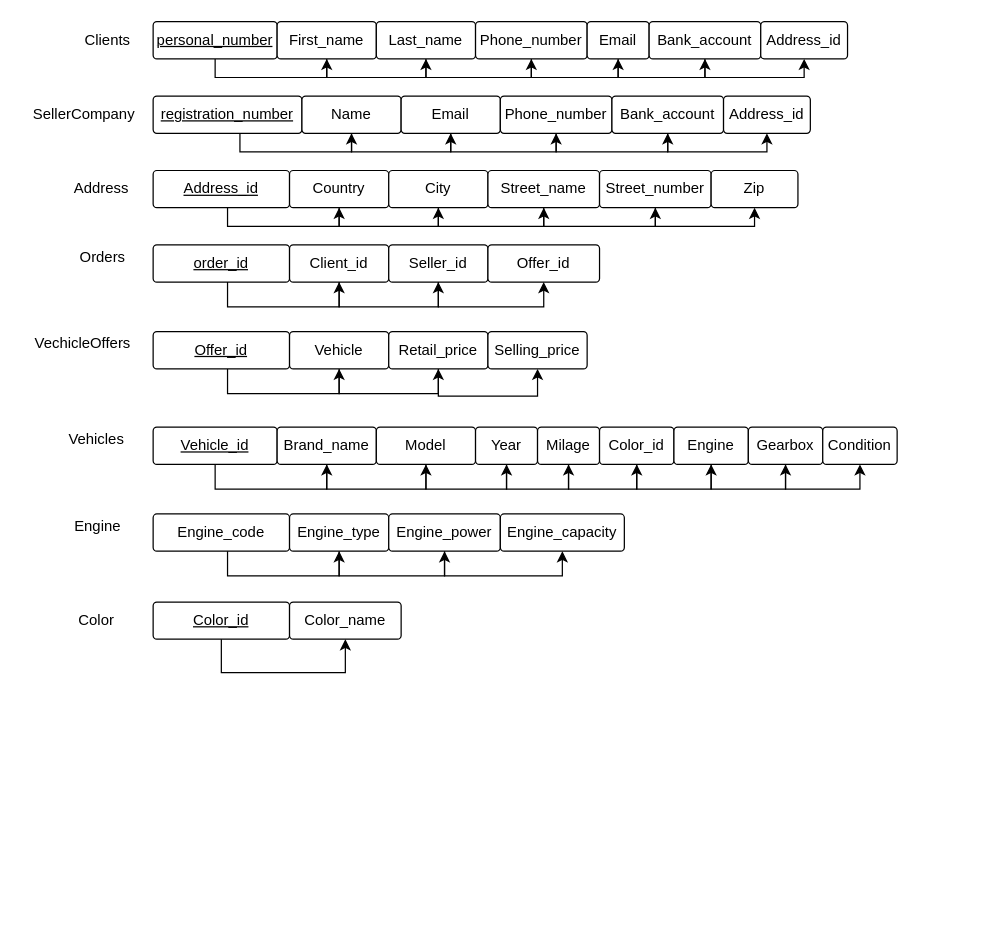
Before: page "Page-2" (2 of 2) of Car Marketplace.drawio in kstekels/Car-Marketplace, a draw.io diagram. Source tidied: cells renumbered, new cells numbered last; positions are measured from the earlier drawing's top-left corner, leaving out a move shared by most shapes. Both pictures are drawn from the tidied source at 124%, with x=0, y=0 at pixel (21, 21).
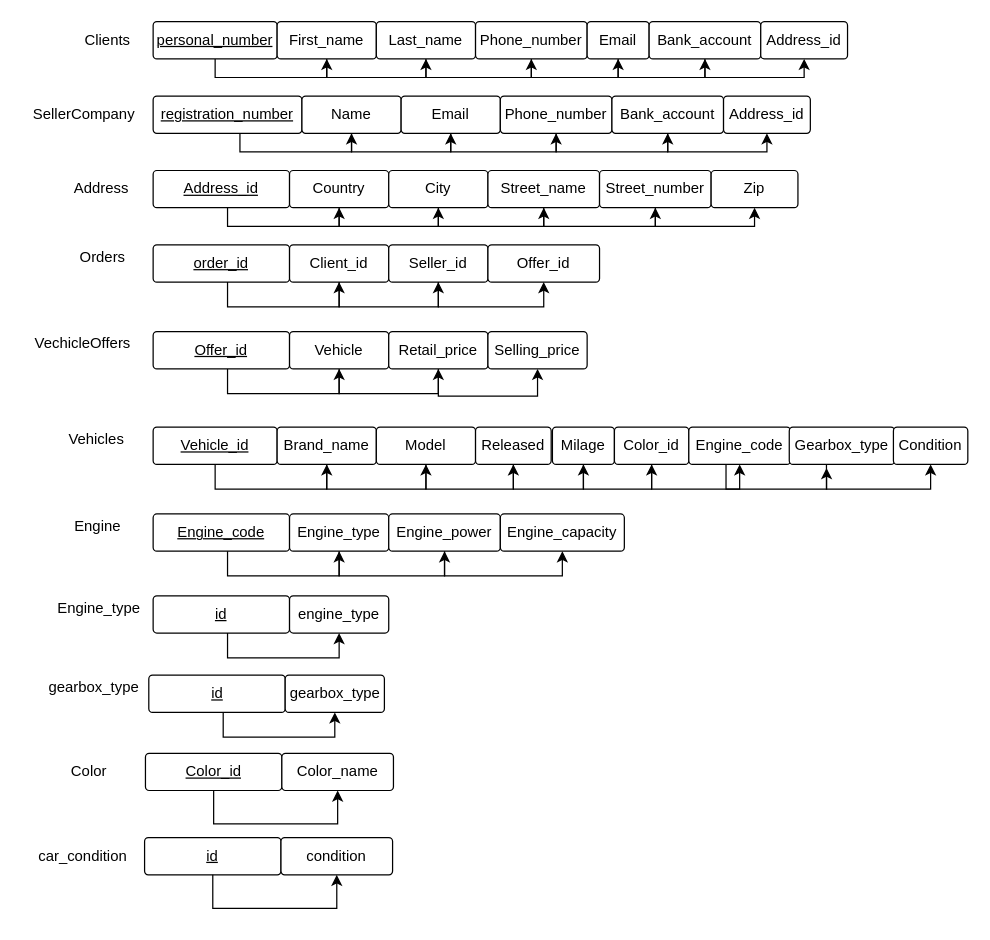
After the change.

Change to the diagram source:
```diff
@@
-    <mxCell id="58" value="Year" style="rounded=1;arcSize=10;whiteSpace=wrap;html=1;align=center;" parent="1" vertex="1">
-      <mxGeometry x="366" y="327" width="50" height="30" as="geometry" />
+    <mxCell id="58" value="Released" style="rounded=1;arcSize=10;whiteSpace=wrap;html=1;align=center;" parent="1" vertex="1">
+      <mxGeometry x="366" y="327" width="61" height="30" as="geometry" />
     </mxCell>
     <mxCell id="59" value="Milage" style="rounded=1;arcSize=10;whiteSpace=wrap;html=1;align=center;" parent="1" vertex="1">
-      <mxGeometry x="416" y="327" width="50" height="30" as="geometry" />
+      <mxGeometry x="428" y="327" width="50" height="30" as="geometry" />
     </mxCell>
     <mxCell id="60" value="Color_id" style="rounded=1;arcSize=10;whiteSpace=wrap;html=1;align=center;" parent="1" vertex="1">
-      <mxGeometry x="466" y="327" width="60" height="30" as="geometry" />
+      <mxGeometry x="478" y="327" width="60" height="30" as="geometry" />
     </mxCell>
-    <mxCell id="61" value="Engine" style="rounded=1;arcSize=10;whiteSpace=wrap;html=1;align=center;" parent="1" vertex="1">
-      <mxGeometry x="526" y="327" width="60" height="30" as="geometry" />
+    <mxCell id="61" value="Engine_code" style="rounded=1;arcSize=10;whiteSpace=wrap;html=1;align=center;" parent="1" vertex="1">
+      <mxGeometry x="538" y="327" width="82" height="30" as="geometry" />
     </mxCell>
@@
     <mxCell id="66" style="endArrow=classic;html=1;rounded=0;edgeStyle=elbowEdgeStyle;elbow=vertical;entryX=0.5;entryY=1;entryDx=0;entryDy=0;exitX=0.5;exitY=1;exitDx=0;exitDy=0;" parent="1" edge="1" source="59" target="60">
       <mxGeometry relative="1" as="geometry">
         <Array as="points">
-          <mxPoint x="476" y="377" />
+          <mxPoint x="488" y="377" />
         </Array>
       </mxGeometry>
     </mxCell>
     <mxCell id="67" style="endArrow=classic;html=1;rounded=0;edgeStyle=elbowEdgeStyle;elbow=vertical;exitX=0.5;exitY=1;exitDx=0;exitDy=0;entryX=0.5;entryY=1;entryDx=0;entryDy=0;" parent="1" edge="1" source="60" target="61">
       <mxGeometry relative="1" as="geometry">
         <Array as="points">
-          <mxPoint x="526" y="377" />
+          <mxPoint x="538" y="377" />
         </Array>
       </mxGeometry>
     </mxCell>
-    <mxCell id="68" value="Gearbox" style="rounded=1;arcSize=10;whiteSpace=wrap;html=1;align=center;" parent="1" vertex="1">
-      <mxGeometry x="586" y="327" width="60" height="30" as="geometry" />
+    <mxCell id="68" value="Gearbox_type" style="rounded=1;arcSize=10;whiteSpace=wrap;html=1;align=center;" parent="1" vertex="1">
+      <mxGeometry x="619" y="327" width="85" height="30" as="geometry" />
     </mxCell>
     <mxCell id="69" value="Condition" style="rounded=1;arcSize=10;whiteSpace=wrap;html=1;align=center;" parent="1" vertex="1">
-      <mxGeometry x="646" y="327" width="60" height="30" as="geometry" />
+      <mxGeometry x="703" y="327" width="60" height="30" as="geometry" />
     </mxCell>
-    <mxCell id="70" style="endArrow=classic;html=1;rounded=0;edgeStyle=elbowEdgeStyle;elbow=vertical;exitX=0.5;exitY=1;exitDx=0;exitDy=0;entryX=0.5;entryY=1;entryDx=0;entryDy=0;" parent="1" edge="1">
+    <mxCell id="70" style="endArrow=classic;html=1;rounded=0;edgeStyle=elbowEdgeStyle;elbow=vertical;exitX=0.5;exitY=1;exitDx=0;exitDy=0;entryX=0.354;entryY=1.1;entryDx=0;entryDy=0;entryPerimeter=0;" parent="1" edge="1" target="68">
       <mxGeometry relative="1" as="geometry">
-        <mxPoint x="556" y="357" as="sourcePoint" />
-        <mxPoint x="616" y="357" as="targetPoint" />
+        <mxPoint x="568" y="357" as="sourcePoint" />
         <Array as="points">
-          <mxPoint x="586" y="377" />
+          <mxPoint x="598" y="377" />
         </Array>
       </mxGeometry>
     </mxCell>
-    <mxCell id="71" style="endArrow=classic;html=1;rounded=0;edgeStyle=elbowEdgeStyle;elbow=vertical;exitX=0.5;exitY=1;exitDx=0;exitDy=0;entryX=0.5;entryY=1;entryDx=0;entryDy=0;" parent="1" edge="1">
+    <mxCell id="71" style="endArrow=classic;html=1;rounded=0;edgeStyle=elbowEdgeStyle;elbow=vertical;exitX=0.5;exitY=1;exitDx=0;exitDy=0;entryX=0.5;entryY=1;entryDx=0;entryDy=0;" parent="1" edge="1" target="69">
       <mxGeometry relative="1" as="geometry">
-        <mxPoint x="616" y="357" as="sourcePoint" />
-        <mxPoint x="676" y="357" as="targetPoint" />
+        <mxPoint x="649" y="357" as="sourcePoint" />
         <Array as="points">
-          <mxPoint x="646" y="377" />
+          <mxPoint x="679" y="377" />
         </Array>
       </mxGeometry>
     </mxCell>
-    <mxCell id="72" value="Engine_code" style="rounded=1;arcSize=10;whiteSpace=wrap;html=1;align=center;" parent="1" vertex="1">
+    <mxCell id="72" value="&lt;u&gt;Engine_code&lt;/u&gt;" style="rounded=1;arcSize=10;whiteSpace=wrap;html=1;align=center;" parent="1" vertex="1">
       <mxGeometry x="106" y="397" width="110" height="30" as="geometry" />
     </mxCell>
@@
     <mxCell id="80" value="&lt;u&gt;Color_id&lt;/u&gt;" style="rounded=1;arcSize=10;whiteSpace=wrap;html=1;align=center;" parent="1" vertex="1">
-      <mxGeometry x="106" y="468" width="110" height="30" as="geometry" />
+      <mxGeometry x="99.8" y="590" width="110" height="30" as="geometry" />
     </mxCell>
     <mxCell id="81" value="Color" style="text;html=1;align=center;verticalAlign=middle;strokeColor=none;fillColor=none;" parent="1" vertex="1">
-      <mxGeometry x="39.8" y="473" width="40" height="20" as="geometry" />
+      <mxGeometry x="33.5" y="595" width="40" height="20" as="geometry" />
     </mxCell>
     <mxCell id="82" value="Color_name" style="rounded=1;arcSize=10;whiteSpace=wrap;html=1;align=center;" parent="1" vertex="1">
-      <mxGeometry x="216" y="468" width="90" height="30" as="geometry" />
+      <mxGeometry x="209.8" y="590" width="90" height="30" as="geometry" />
     </mxCell>
     <mxCell id="83" style="endArrow=classic;html=1;rounded=0;edgeStyle=elbowEdgeStyle;elbow=vertical;entryX=0.5;entryY=1;entryDx=0;entryDy=0;exitX=0.5;exitY=1;exitDx=0;exitDy=0;" parent="1" edge="1" source="80" target="82">
       <mxGeometry relative="1" as="geometry">
         <Array as="points">
-          <mxPoint x="214" y="525" />
+          <mxPoint x="207.8" y="647" />
         </Array>
       </mxGeometry>
     </mxCell>
@@
+    <mxCell id="86" value="&lt;u&gt;id&lt;/u&gt;" style="rounded=1;arcSize=10;whiteSpace=wrap;html=1;align=center;" parent="1" vertex="1">
+      <mxGeometry x="106" y="463" width="110" height="30" as="geometry" />
+    </mxCell>
+    <mxCell id="87" value="Engine_type" style="text;html=1;align=center;verticalAlign=middle;strokeColor=none;fillColor=none;" parent="1" vertex="1">
+      <mxGeometry x="23" y="464" width="77" height="18" as="geometry" />
+    </mxCell>
+    <mxCell id="88" value="engine_type" style="rounded=1;arcSize=10;whiteSpace=wrap;html=1;align=center;" parent="1" vertex="1">
+      <mxGeometry x="216" y="463" width="80" height="30" as="geometry" />
+    </mxCell>
+    <mxCell id="89" style="endArrow=classic;html=1;rounded=0;edgeStyle=elbowEdgeStyle;elbow=vertical;entryX=0.5;entryY=1;entryDx=0;entryDy=0;exitX=0.5;exitY=1;exitDx=0;exitDy=0;" parent="1" edge="1" target="88">
+      <mxGeometry relative="1" as="geometry">
+        <mxPoint x="166" y="493" as="sourcePoint" />
+        <Array as="points">
+          <mxPoint x="216" y="513" />
+        </Array>
+      </mxGeometry>
+    </mxCell>
+    <mxCell id="90" value="&lt;u&gt;id&lt;/u&gt;" style="rounded=1;arcSize=10;whiteSpace=wrap;html=1;align=center;" parent="1" vertex="1">
+      <mxGeometry x="102.5" y="527" width="110" height="30" as="geometry" />
+    </mxCell>
+    <mxCell id="91" value="gearbox_type" style="text;html=1;align=center;verticalAlign=middle;strokeColor=none;fillColor=none;" parent="1" vertex="1">
+      <mxGeometry x="16.5" y="528" width="83" height="18" as="geometry" />
+    </mxCell>
+    <mxCell id="92" value="gearbox_type" style="rounded=1;arcSize=10;whiteSpace=wrap;html=1;align=center;" parent="1" vertex="1">
+      <mxGeometry x="212.5" y="527" width="80" height="30" as="geometry" />
+    </mxCell>
+    <mxCell id="93" style="endArrow=classic;html=1;rounded=0;edgeStyle=elbowEdgeStyle;elbow=vertical;entryX=0.5;entryY=1;entryDx=0;entryDy=0;exitX=0.5;exitY=1;exitDx=0;exitDy=0;" parent="1" edge="1" target="92">
+      <mxGeometry relative="1" as="geometry">
+        <mxPoint x="162.5" y="557" as="sourcePoint" />
+        <Array as="points">
+          <mxPoint x="212.5" y="577" />
+        </Array>
+      </mxGeometry>
+    </mxCell>
+    <mxCell id="94" value="&lt;u&gt;id&lt;/u&gt;" style="rounded=1;arcSize=10;whiteSpace=wrap;html=1;align=center;" parent="1" vertex="1">
+      <mxGeometry x="99.1" y="658" width="110" height="30" as="geometry" />
+    </mxCell>
+    <mxCell id="95" value="car_condition" style="text;html=1;align=center;verticalAlign=middle;strokeColor=none;fillColor=none;" parent="1" vertex="1">
+      <mxGeometry x="8" y="664" width="81" height="18" as="geometry" />
+    </mxCell>
+    <mxCell id="96" value="condition" style="rounded=1;arcSize=10;whiteSpace=wrap;html=1;align=center;" parent="1" vertex="1">
+      <mxGeometry x="209.1" y="658" width="90" height="30" as="geometry" />
+    </mxCell>
+    <mxCell id="97" style="endArrow=classic;html=1;rounded=0;edgeStyle=elbowEdgeStyle;elbow=vertical;entryX=0.5;entryY=1;entryDx=0;entryDy=0;exitX=0.5;exitY=1;exitDx=0;exitDy=0;" parent="1" edge="1" source="94" target="96">
+      <mxGeometry relative="1" as="geometry">
+        <Array as="points">
+          <mxPoint x="207.1" y="715" />
+        </Array>
+      </mxGeometry>
+    </mxCell>
```
